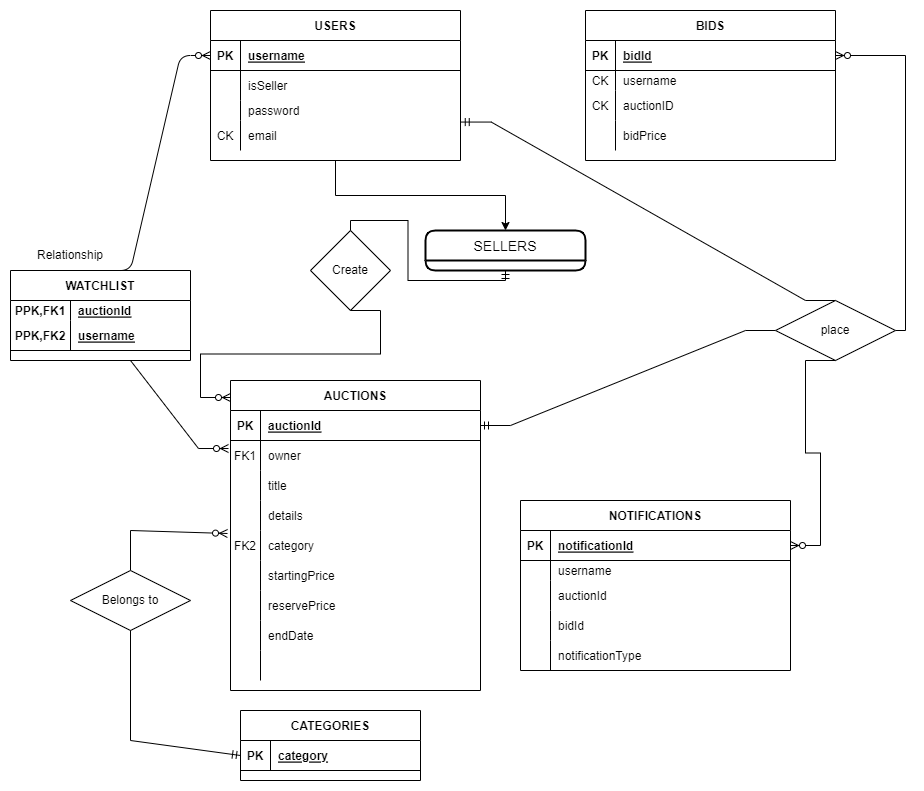
This is er-diagram.drawio.png from jcgloria/dbf_project, a draw.io export, as it was before one commit. Source tidied: cells renumbered, new cells last; positions are measured from the earlier drawing's top-left corner, leaving out a move shared by most shapes.
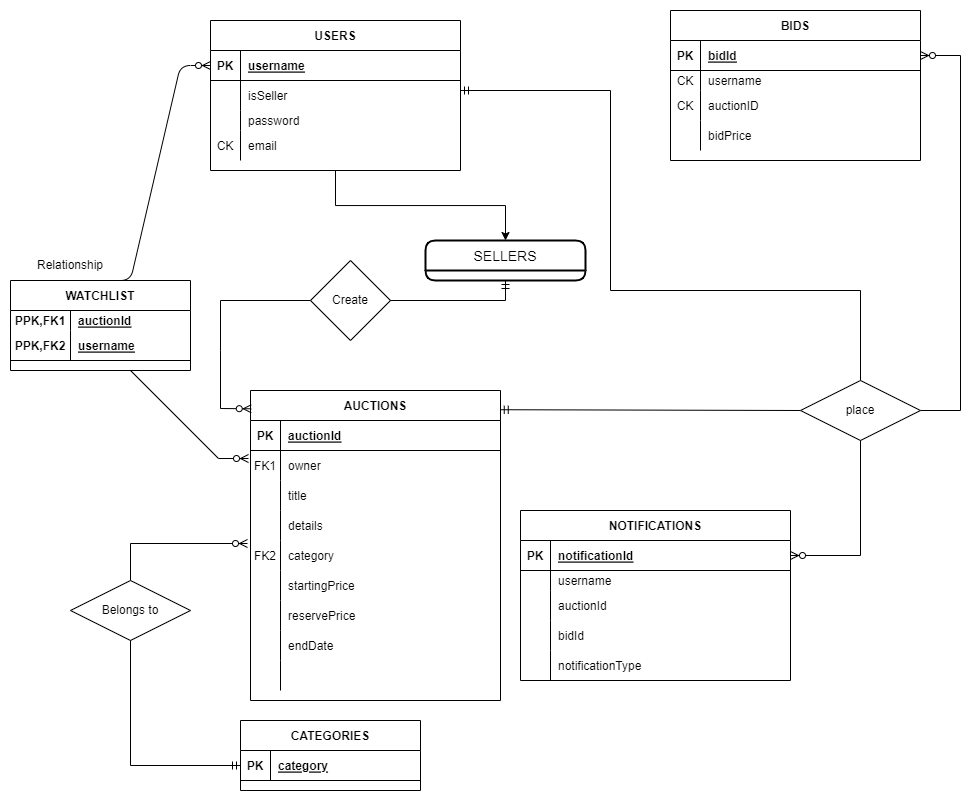
After the change.

Commit message:
straight er diagram

Change to the diagram source:
```diff
@@ -3,7 +3,7 @@
     <mxCell id="0" />
     <mxCell id="1" parent="0" />
     <mxCell id="2" value="AUCTIONS" style="shape=table;startSize=30;rowLines=0;fontStyle=1;align=center;" parent="1" vertex="1">
-      <mxGeometry x="220" y="370" width="250" height="310" as="geometry" />
+      <mxGeometry x="240" y="370" width="250" height="310" as="geometry" />
     </mxCell>
     <mxCell id="3" style="shape=partialRectangle;fillColor=none;points=[[0,0.5],[1,0.5]];portConstraint=eastwest;top=0;left=0;right=0;bottom=1;" parent="2" vertex="1">
       <mxGeometry y="30" width="250" height="30" as="geometry" />
@@ -87,7 +87,7 @@
       <mxGeometry x="30" width="220" height="30" as="geometry" />
     </mxCell>
     <mxCell id="30" value="BIDS" style="shape=table;startSize=30;rowLines=0;fontStyle=1;align=center;" parent="1" vertex="1">
-      <mxGeometry x="575" width="250" height="150" as="geometry" />
+      <mxGeometry x="660" y="-10" width="250" height="150" as="geometry" />
     </mxCell>
     <mxCell id="31" style="shape=partialRectangle;fillColor=none;points=[[0,0.5],[1,0.5]];portConstraint=eastwest;top=0;left=0;right=0;bottom=1;" parent="30" vertex="1">
       <mxGeometry y="30" width="250" height="30" as="geometry" />
@@ -203,13 +203,18 @@
     <mxCell id="68" style="edgeStyle=entityRelationEdgeStyle;fontSize=12;html=1;endArrow=none;startArrow=ERzeroToMany;fontFamily=Helvetica;fontColor=default;align=center;strokeColor=default;entryX=0.5;entryY=0;entryDx=0;entryDy=0;exitX=0;exitY=0.5;exitDx=0;exitDy=0;" parent="1" edge="1" source="45" target="61">
       <mxGeometry relative="1" as="geometry" />
     </mxCell>
-    <mxCell id="69" style="edgeStyle=orthogonalEdgeStyle;fontSize=12;html=1;endArrow=ERzeroToMany;startArrow=none;rounded=0;entryX=1;entryY=0.5;entryDx=0;entryDy=0;exitX=1;exitY=0.5;exitDx=0;exitDy=0;" parent="1" edge="1" source="75" target="31">
-      <mxGeometry relative="1" as="geometry" />
+    <mxCell id="69" style="fontSize=12;html=1;endArrow=ERzeroToMany;startArrow=none;rounded=0;entryX=1;entryY=0.5;entryDx=0;entryDy=0;exitX=1;exitY=0.5;exitDx=0;exitDy=0;" parent="1" edge="1" source="75" target="31">
+      <mxGeometry relative="1" as="geometry">
+        <Array as="points">
+          <mxPoint x="950" y="390" />
+          <mxPoint x="950" y="35" />
+        </Array>
+      </mxGeometry>
     </mxCell>
     <mxCell id="70" style="fontSize=12;html=1;endArrow=ERzeroToMany;startArrow=none;rounded=0;exitX=0.5;exitY=0;exitDx=0;exitDy=0;entryX=-0.012;entryY=0.1;entryDx=0;entryDy=0;entryPerimeter=0;" parent="1" edge="1" source="71" target="15">
       <mxGeometry relative="1" as="geometry">
         <Array as="points">
-          <mxPoint x="120" y="520" />
+          <mxPoint x="120" y="523" />
         </Array>
       </mxGeometry>
     </mxCell>
@@ -219,18 +224,25 @@
     <mxCell id="72" style="fontSize=12;html=1;endArrow=none;startArrow=ERmandOne;rounded=0;exitX=0;exitY=0.5;exitDx=0;exitDy=0;entryX=0.5;entryY=1;entryDx=0;entryDy=0;" parent="1" edge="1" source="58" target="71">
       <mxGeometry relative="1" as="geometry">
         <Array as="points">
-          <mxPoint x="120" y="730" />
+          <mxPoint x="120" y="745" />
         </Array>
       </mxGeometry>
     </mxCell>
-    <mxCell id="73" style="edgeStyle=entityRelationEdgeStyle;fontSize=12;html=1;endArrow=none;startArrow=ERmandOne;rounded=0;entryX=0.5;entryY=0;entryDx=0;entryDy=0;exitX=1.003;exitY=0.052;exitDx=0;exitDy=0;exitPerimeter=0;" parent="1" edge="1" source="54" target="75">
-      <mxGeometry relative="1" as="geometry" />
+    <mxCell id="73" style="fontSize=12;html=1;endArrow=none;startArrow=ERmandOne;rounded=0;entryX=0.5;entryY=0;entryDx=0;entryDy=0;" parent="1" edge="1" target="75">
+      <mxGeometry relative="1" as="geometry">
+        <mxPoint x="450" y="70" as="sourcePoint" />
+        <Array as="points">
+          <mxPoint x="600" y="70" />
+          <mxPoint x="600" y="270" />
+          <mxPoint x="850" y="270" />
+        </Array>
+      </mxGeometry>
     </mxCell>
-    <mxCell id="74" style="edgeStyle=entityRelationEdgeStyle;fontSize=12;html=1;endArrow=none;startArrow=ERmandOne;rounded=0;" parent="1" edge="1" source="3" target="75">
+    <mxCell id="74" style="fontSize=12;html=1;endArrow=none;startArrow=ERmandOne;rounded=0;entryX=0;entryY=0.5;entryDx=0;entryDy=0;exitX=0.999;exitY=0.062;exitDx=0;exitDy=0;exitPerimeter=0;" parent="1" edge="1" source="2" target="75">
       <mxGeometry relative="1" as="geometry" />
     </mxCell>
     <mxCell id="75" value="place" style="shape=rhombus;perimeter=rhombusPerimeter;whiteSpace=wrap;html=1;align=center;" parent="1" vertex="1">
-      <mxGeometry x="765" y="290" width="120" height="60" as="geometry" />
+      <mxGeometry x="790" y="360" width="120" height="60" as="geometry" />
     </mxCell>
     <mxCell id="76" value="NOTIFICATIONS" style="shape=table;startSize=30;rowLines=0;fontStyle=1;align=center;" parent="1" vertex="1">
       <mxGeometry x="510" y="490" width="270" height="170" as="geometry" />
@@ -280,16 +292,20 @@
     <mxCell id="91" value="notificationType" style="shape=partialRectangle;overflow=hidden;fillColor=none;top=0;left=0;bottom=0;right=0;align=left;spacingLeft=6;" parent="89" vertex="1">
       <mxGeometry x="30" width="240" height="30" as="geometry" />
     </mxCell>
-    <mxCell id="92" style="edgeStyle=entityRelationEdgeStyle;fontSize=12;html=1;endArrow=ERzeroToMany;endFill=1;rounded=0;exitX=0.5;exitY=1;exitDx=0;exitDy=0;entryX=1;entryY=0.5;entryDx=0;entryDy=0;" parent="1" edge="1" source="75" target="77">
-      <mxGeometry relative="1" as="geometry" />
+    <mxCell id="92" style="fontSize=12;html=1;endArrow=ERzeroToMany;endFill=1;rounded=0;exitX=0.5;exitY=1;exitDx=0;exitDy=0;entryX=1;entryY=0.5;entryDx=0;entryDy=0;" parent="1" edge="1" source="75" target="77">
+      <mxGeometry relative="1" as="geometry">
+        <Array as="points">
+          <mxPoint x="850" y="535" />
+        </Array>
+      </mxGeometry>
     </mxCell>
     <mxCell id="93" value="SELLERS" style="swimlane;horizontal=1;startSize=30;rounded=1;fontSize=14;fontStyle=0;strokeWidth=2;shadow=0;dashed=0;align=center;" parent="1" vertex="1">
       <mxGeometry x="415" y="220" width="160" height="40" as="geometry" />
     </mxCell>
     <mxCell id="94" value="Create" style="rhombus;whiteSpace=wrap;html=1;" parent="1" vertex="1">
-      <mxGeometry x="300" y="220" width="80" height="80" as="geometry" />
+      <mxGeometry x="300" y="240" width="80" height="80" as="geometry" />
     </mxCell>
-    <mxCell id="95" style="fontSize=12;html=1;endArrow=none;startArrow=ERmandOne;rounded=0;edgeStyle=orthogonalEdgeStyle;entryX=0.5;entryY=0;entryDx=0;entryDy=0;exitX=0.5;exitY=1;exitDx=0;exitDy=0;" parent="1" edge="1" source="93" target="94">
+    <mxCell id="95" style="fontSize=12;html=1;endArrow=none;startArrow=ERmandOne;rounded=0;edgeStyle=orthogonalEdgeStyle;entryX=1;entryY=0.5;entryDx=0;entryDy=0;exitX=0.5;exitY=1;exitDx=0;exitDy=0;" parent="1" edge="1" source="93" target="94">
       <mxGeometry relative="1" as="geometry" />
     </mxCell>
     <mxCell id="96" value="Relationship" style="text;html=1;strokeColor=none;fillColor=none;align=center;verticalAlign=middle;whiteSpace=wrap;rounded=0;" parent="1" vertex="1">
@@ -298,9 +314,13 @@
     <mxCell id="97" style="edgeStyle=entityRelationEdgeStyle;fontSize=12;html=1;endArrow=ERzeroToMany;endFill=1;rounded=0;exitX=0.5;exitY=1;exitDx=0;exitDy=0;entryX=-0.008;entryY=0.267;entryDx=0;entryDy=0;entryPerimeter=0;" parent="1" edge="1" source="61" target="6">
       <mxGeometry relative="1" as="geometry" />
     </mxCell>
-    <mxCell id="98" style="edgeStyle=entityRelationEdgeStyle;fontSize=12;html=1;endArrow=ERzeroToMany;endFill=1;rounded=0;exitX=0.5;exitY=1;exitDx=0;exitDy=0;" parent="1" edge="1" source="94">
+    <mxCell id="98" style="fontSize=12;html=1;endArrow=ERzeroToMany;endFill=1;rounded=0;exitX=0;exitY=0.5;exitDx=0;exitDy=0;entryX=0.003;entryY=0.059;entryDx=0;entryDy=0;entryPerimeter=0;" parent="1" edge="1" source="94" target="2">
       <mxGeometry relative="1" as="geometry">
-        <mxPoint x="220" y="387" as="targetPoint" />
+        <Array as="points">
+          <mxPoint x="210" y="280" />
+          <mxPoint x="210" y="330" />
+          <mxPoint x="210" y="388" />
+        </Array>
       </mxGeometry>
     </mxCell>
   </root>
```
